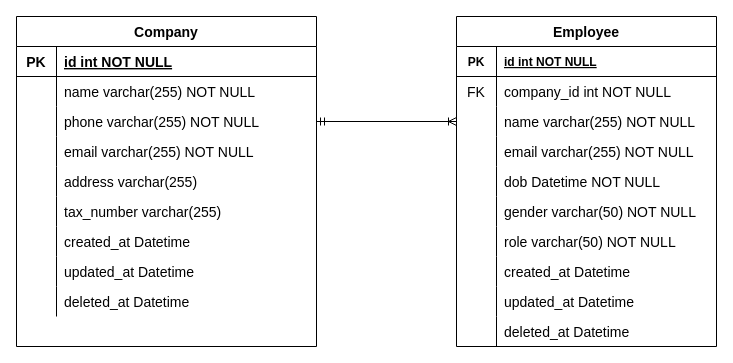
Above: asset/company-employee.drawio in dinhtp/lets-go-company (draw.io), before the change. Source tidied: cells renumbered, new cells numbered last; positions are measured from the earlier drawing's top-left corner, leaving out a move shared by most shapes. Both pictures are drawn from the tidied source at 100%, with x=0, y=0 at pixel (16, 16).
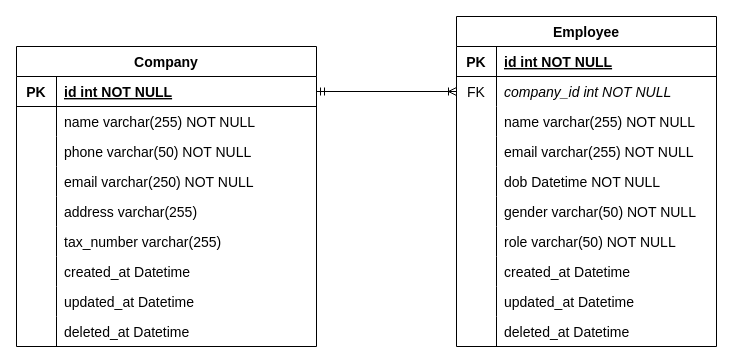
The same page after the edit.

Unchanged cells that the change refers to:
```xml
<mxCell id="3" style="shape=partialRectangle;fillColor=none;top=0;left=0;right=0;bottom=1;" parent="2" vertex="1">
  <mxGeometry y="30" width="260" height="30" as="geometry" />
</mxCell>
<mxCell id="6" style="shape=partialRectangle;fillColor=none;points=[[0,0.5],[1,0.5]];portConstraint=eastwest;top=0;left=0;right=0;bottom=0;" parent="2" vertex="1">
  <mxGeometry y="60" width="260" height="30" as="geometry" />
</mxCell>
<mxCell id="9" style="shape=partialRectangle;fillColor=none;points=[[0,0.5],[1,0.5]];portConstraint=eastwest;top=0;left=0;right=0;bottom=0;" parent="2" vertex="1">
  <mxGeometry y="90" width="260" height="30" as="geometry" />
</mxCell>
<mxCell id="34" style="shape=partialRectangle;fillColor=none;points=[[0,0.5],[1,0.5]];portConstraint=eastwest;top=0;left=0;right=0;bottom=1;" parent="33" vertex="1">
  <mxGeometry y="30" width="300" height="30" as="geometry" />
</mxCell>
<mxCell id="40" style="shape=partialRectangle;fillColor=none;points=[[0,0.5],[1,0.5]];portConstraint=eastwest;top=0;left=0;right=0;bottom=0;" parent="33" vertex="1">
  <mxGeometry y="90" width="300" height="30" as="geometry" />
</mxCell>
<mxCell id="43" style="shape=partialRectangle;fillColor=none;top=0;left=0;right=0;bottom=0;" parent="33" vertex="1">
  <mxGeometry y="120" width="300" height="30" as="geometry" />
</mxCell>
```

Change to the diagram source:
```diff
@@
-    <mxCell id="4" value="PK" style="shape=partialRectangle;overflow=hidden;fillColor=none;top=0;left=0;bottom=0;right=0;fontStyle=1;" parent="3" vertex="1">
+    <mxCell id="4" value="PK" style="shape=partialRectangle;overflow=hidden;fillColor=none;top=0;left=0;bottom=0;right=0;fontStyle=1;fontSize=14;" parent="3" vertex="1">
       <mxGeometry width="40" height="30" as="geometry" />
     </mxCell>
-    <mxCell id="5" value="id int NOT NULL " style="shape=partialRectangle;overflow=hidden;fillColor=none;top=0;left=0;bottom=0;right=0;align=left;spacingLeft=6;fontStyle=5;" parent="3" vertex="1">
+    <mxCell id="5" value="id int NOT NULL " style="shape=partialRectangle;overflow=hidden;fillColor=none;top=0;left=0;bottom=0;right=0;align=left;spacingLeft=6;fontStyle=5;fontSize=14;" parent="3" vertex="1">
       <mxGeometry x="40" width="220" height="30" as="geometry" />
     </mxCell>
@@
-    <mxCell id="8" value="company_id int NOT NULL" style="shape=partialRectangle;overflow=hidden;fillColor=none;top=0;left=0;bottom=0;right=0;align=left;spacingLeft=6;fontSize=14;" parent="6" vertex="1">
+    <mxCell id="8" value="company_id int NOT NULL" style="shape=partialRectangle;overflow=hidden;fillColor=none;top=0;left=0;bottom=0;right=0;align=left;spacingLeft=6;fontSize=14;fontStyle=2;" parent="6" vertex="1">
       <mxGeometry x="40" width="220" height="30" as="geometry" />
     </mxCell>
@@
     <mxCell id="33" value="Company" style="shape=table;startSize=30;childLayout=tableLayout;rowLines=0;fontStyle=1;align=center;fontSize=14;" parent="1" vertex="1">
-      <mxGeometry width="300" height="330" as="geometry" />
+      <mxGeometry y="30" width="300" height="300" as="geometry" />
     </mxCell>
@@
-    <mxCell id="42" value="phone varchar(255) NOT NULL" style="shape=partialRectangle;overflow=hidden;fillColor=none;top=0;left=0;bottom=0;right=0;align=left;spacingLeft=6;fontSize=14;" parent="40" vertex="1">
+    <mxCell id="42" value="phone varchar(50) NOT NULL" style="shape=partialRectangle;overflow=hidden;fillColor=none;top=0;left=0;bottom=0;right=0;align=left;spacingLeft=6;fontSize=14;" parent="40" vertex="1">
       <mxGeometry x="40" width="260" height="30" as="geometry" />
     </mxCell>
@@
-    <mxCell id="45" value="email varchar(255) NOT NULL" style="shape=partialRectangle;overflow=hidden;fillColor=none;top=0;left=0;bottom=0;right=0;align=left;spacingLeft=6;fontSize=14;" parent="43" vertex="1">
+    <mxCell id="45" value="email varchar(250) NOT NULL" style="shape=partialRectangle;overflow=hidden;fillColor=none;top=0;left=0;bottom=0;right=0;align=left;spacingLeft=6;fontSize=14;" parent="43" vertex="1">
       <mxGeometry x="40" width="260" height="30" as="geometry" />
     </mxCell>
@@
-    <mxCell id="61" style="fontSize=12;html=1;endArrow=ERoneToMany;startArrow=ERmandOne;rounded=0;entryX=0;entryY=0.5;entryDx=0;entryDy=0;exitX=1;exitY=0.5;exitDx=0;exitDy=0;" parent="1" edge="1" source="40" target="9">
+    <mxCell id="61" style="fontSize=12;html=1;endArrow=ERoneToMany;startArrow=ERmandOne;rounded=0;entryX=0;entryY=0.5;entryDx=0;entryDy=0;exitX=1;exitY=0.5;exitDx=0;exitDy=0;" parent="1" edge="1" source="34" target="6">
       <mxGeometry relative="1" as="geometry" />
     </mxCell>
```
